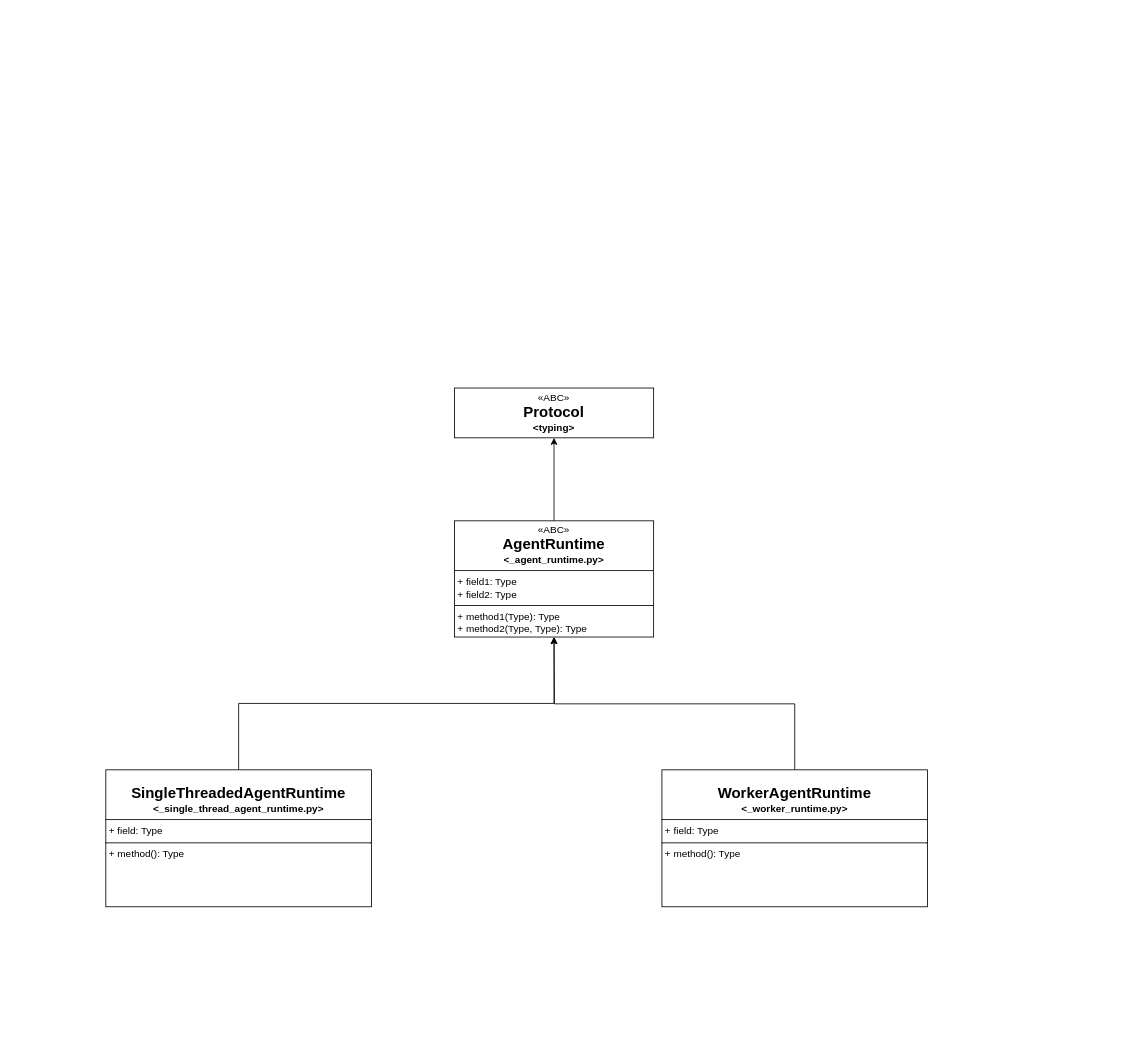
Above: page "runtime" (1 of 5) of autogen_notes.drawio in ooooona/toolkits (draw.io), before the change. Source tidied: cells renumbered, new cells numbered last; positions are measured from the earlier drawing's top-left corner, leaving out a move shared by most shapes. Both pictures are drawn from the tidied source at 83%, with x=0, y=0 at pixel (105, 388).
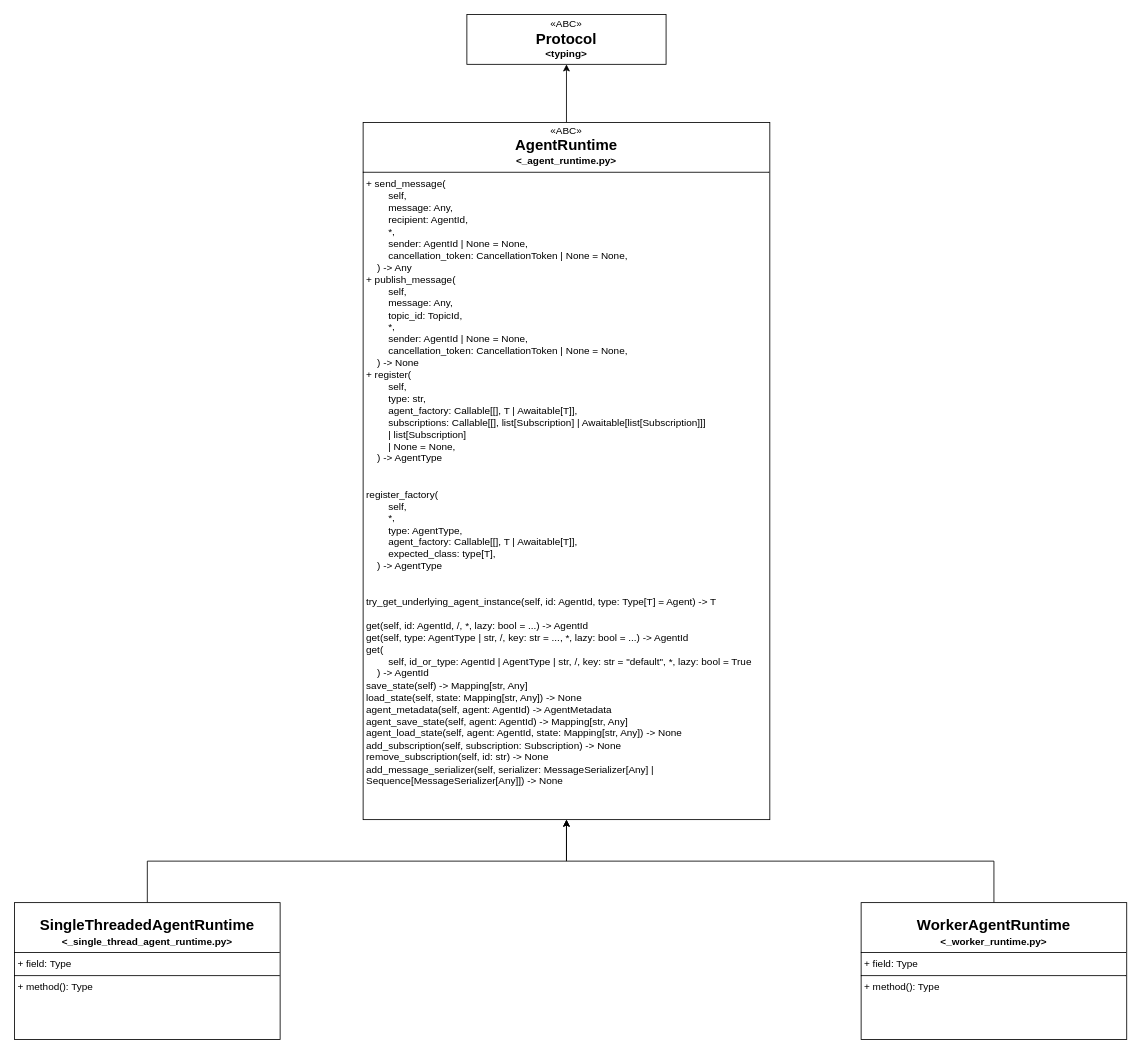
The same page after the edit.

What changed in the source:
```diff
@@
 <mxGraphModel>
   <root>
     <mxCell id="0" />
     <mxCell id="1" parent="0" />
     <mxCell id="2" value="«ABC»&lt;br&gt;&lt;b&gt;&lt;font style=&quot;font-size: 18px;&quot;&gt;Protocol&lt;/font&gt;&lt;/b&gt;&lt;div&gt;&lt;b&gt;&amp;lt;typing&amp;gt;&lt;/b&gt;&lt;/div&gt;" style="html=1;whiteSpace=wrap;" parent="1" vertex="1">
-      <mxGeometry x="420" width="240" height="60" as="geometry" />
+      <mxGeometry x="435" y="-450" width="240" height="60" as="geometry" />
     </mxCell>
     <mxCell id="3" style="edgeStyle=orthogonalEdgeStyle;rounded=0;jettySize=auto;html=1;entryX=0.5;entryY=1;entryDx=0;entryDy=0;" parent="1" edge="1" source="4" target="2">
       <mxGeometry relative="1" as="geometry" />
     </mxCell>
-    <mxCell id="4" value="&lt;p style=&quot;margin:0px;margin-top:4px;text-align:center;&quot;&gt;«ABC»&lt;br&gt;&lt;b&gt;&lt;font style=&quot;font-size: 18px;&quot;&gt;AgentRuntime&lt;/font&gt;&lt;/b&gt;&lt;/p&gt;&lt;div style=&quot;text-align: center;&quot;&gt;&lt;b&gt;&amp;lt;_agent_runtime.py&amp;gt;&lt;/b&gt;&lt;/div&gt;&lt;hr size=&quot;1&quot; style=&quot;border-style:solid;&quot;&gt;&lt;p style=&quot;margin:0px;margin-left:4px;&quot;&gt;+ field1: Type&lt;br&gt;+ field2: Type&lt;/p&gt;&lt;hr size=&quot;1&quot; style=&quot;border-style:solid;&quot;&gt;&lt;p style=&quot;margin:0px;margin-left:4px;&quot;&gt;+ method1(Type): Type&lt;br&gt;+ method2(Type, Type): Type&lt;/p&gt;" style="verticalAlign=top;align=left;overflow=fill;html=1;whiteSpace=wrap;" parent="1" vertex="1">
-      <mxGeometry x="420" y="160" width="240" height="140" as="geometry" />
+    <mxCell id="4" value="&lt;p style=&quot;margin:0px;margin-top:4px;text-align:center;&quot;&gt;«ABC»&lt;br&gt;&lt;b&gt;&lt;font style=&quot;font-size: 18px;&quot;&gt;AgentRuntime&lt;/font&gt;&lt;/b&gt;&lt;/p&gt;&lt;div style=&quot;text-align: center;&quot;&gt;&lt;b&gt;&amp;lt;_agent_runtime.py&amp;gt;&lt;/b&gt;&lt;/div&gt;&lt;hr size=&quot;1&quot; style=&quot;border-style:solid;&quot;&gt;&lt;p style=&quot;margin:0px;margin-left:4px;&quot;&gt;+&amp;nbsp;&lt;span style=&quot;background-color: initial;&quot;&gt;send_message(&lt;/span&gt;&lt;/p&gt;&lt;p style=&quot;margin:0px;margin-left:4px;&quot;&gt;&amp;nbsp; &amp;nbsp; &amp;nbsp; &amp;nbsp; self,&lt;/p&gt;&lt;p style=&quot;margin:0px;margin-left:4px;&quot;&gt;&amp;nbsp; &amp;nbsp; &amp;nbsp; &amp;nbsp; message: Any,&lt;/p&gt;&lt;p style=&quot;margin:0px;margin-left:4px;&quot;&gt;&amp;nbsp; &amp;nbsp; &amp;nbsp; &amp;nbsp; recipient: AgentId,&lt;/p&gt;&lt;p style=&quot;margin:0px;margin-left:4px;&quot;&gt;&amp;nbsp; &amp;nbsp; &amp;nbsp; &amp;nbsp; *,&lt;/p&gt;&lt;p style=&quot;margin:0px;margin-left:4px;&quot;&gt;&amp;nbsp; &amp;nbsp; &amp;nbsp; &amp;nbsp; sender: AgentId | None = None,&lt;/p&gt;&lt;p style=&quot;margin:0px;margin-left:4px;&quot;&gt;&amp;nbsp; &amp;nbsp; &amp;nbsp; &amp;nbsp; cancellation_token: CancellationToken | None = None,&lt;/p&gt;&lt;p style=&quot;margin:0px;margin-left:4px;&quot;&gt;&amp;nbsp; &amp;nbsp; ) -&amp;gt; Any&lt;/p&gt;&lt;p style=&quot;margin:0px;margin-left:4px;&quot;&gt;+ publish_message(&lt;/p&gt;&lt;p style=&quot;margin:0px;margin-left:4px;&quot;&gt;&amp;nbsp; &amp;nbsp; &amp;nbsp; &amp;nbsp; self,&lt;/p&gt;&lt;p style=&quot;margin:0px;margin-left:4px;&quot;&gt;&amp;nbsp; &amp;nbsp; &amp;nbsp; &amp;nbsp; message: Any,&lt;/p&gt;&lt;p style=&quot;margin:0px;margin-left:4px;&quot;&gt;&amp;nbsp; &amp;nbsp; &amp;nbsp; &amp;nbsp; topic_id: TopicId,&lt;/p&gt;&lt;p style=&quot;margin:0px;margin-left:4px;&quot;&gt;&amp;nbsp; &amp;nbsp; &amp;nbsp; &amp;nbsp; *,&lt;/p&gt;&lt;p style=&quot;margin:0px;margin-left:4px;&quot;&gt;&amp;nbsp; &amp;nbsp; &amp;nbsp; &amp;nbsp; sender: AgentId | None = None,&lt;/p&gt;&lt;p style=&quot;margin:0px;margin-left:4px;&quot;&gt;&amp;nbsp; &amp;nbsp; &amp;nbsp; &amp;nbsp; cancellation_token: CancellationToken | None = None,&lt;/p&gt;&lt;p style=&quot;margin:0px;margin-left:4px;&quot;&gt;&amp;nbsp; &amp;nbsp; ) -&amp;gt; None&lt;/p&gt;&lt;p style=&quot;margin:0px;margin-left:4px;&quot;&gt;+ register(&lt;/p&gt;&lt;p style=&quot;margin:0px;margin-left:4px;&quot;&gt;&amp;nbsp; &amp;nbsp; &amp;nbsp; &amp;nbsp; self,&lt;/p&gt;&lt;p style=&quot;margin:0px;margin-left:4px;&quot;&gt;&amp;nbsp; &amp;nbsp; &amp;nbsp; &amp;nbsp; type: str,&lt;/p&gt;&lt;p style=&quot;margin:0px;margin-left:4px;&quot;&gt;&amp;nbsp; &amp;nbsp; &amp;nbsp; &amp;nbsp; agent_factory: Callable[[], T | Awaitable[T]],&lt;/p&gt;&lt;p style=&quot;margin:0px;margin-left:4px;&quot;&gt;&amp;nbsp; &amp;nbsp; &amp;nbsp; &amp;nbsp; subscriptions: Callable[[], list[Subscription] | Awaitable[list[Subscription]]]&lt;/p&gt;&lt;p style=&quot;margin:0px;margin-left:4px;&quot;&gt;&amp;nbsp; &amp;nbsp; &amp;nbsp; &amp;nbsp; | list[Subscription]&lt;/p&gt;&lt;p style=&quot;margin:0px;margin-left:4px;&quot;&gt;&amp;nbsp; &amp;nbsp; &amp;nbsp; &amp;nbsp; | None = None,&lt;/p&gt;&lt;p style=&quot;margin:0px;margin-left:4px;&quot;&gt;&amp;nbsp; &amp;nbsp; ) -&amp;gt; AgentType&lt;/p&gt;&lt;p style=&quot;margin:0px;margin-left:4px;&quot;&gt;&lt;br&gt;&lt;/p&gt;&lt;p style=&quot;margin:0px;margin-left:4px;&quot;&gt;&lt;br&gt;&lt;/p&gt;&lt;p style=&quot;margin:0px;margin-left:4px;&quot;&gt;register_factory(&lt;/p&gt;&lt;p style=&quot;margin:0px;margin-left:4px;&quot;&gt;&amp;nbsp; &amp;nbsp; &amp;nbsp; &amp;nbsp; self,&lt;/p&gt;&lt;p style=&quot;margin:0px;margin-left:4px;&quot;&gt;&amp;nbsp; &amp;nbsp; &amp;nbsp; &amp;nbsp; *,&lt;/p&gt;&lt;p style=&quot;margin:0px;margin-left:4px;&quot;&gt;&amp;nbsp; &amp;nbsp; &amp;nbsp; &amp;nbsp; type: AgentType,&lt;/p&gt;&lt;p style=&quot;margin:0px;margin-left:4px;&quot;&gt;&amp;nbsp; &amp;nbsp; &amp;nbsp; &amp;nbsp; agent_factory: Callable[[], T | Awaitable[T]],&lt;/p&gt;&lt;p style=&quot;margin:0px;margin-left:4px;&quot;&gt;&amp;nbsp; &amp;nbsp; &amp;nbsp; &amp;nbsp; expected_class: type[T],&lt;/p&gt;&lt;p style=&quot;margin:0px;margin-left:4px;&quot;&gt;&amp;nbsp; &amp;nbsp; ) -&amp;gt; AgentType&lt;/p&gt;&lt;p style=&quot;margin:0px;margin-left:4px;&quot;&gt;&lt;br&gt;&lt;/p&gt;&lt;p style=&quot;margin:0px;margin-left:4px;&quot;&gt;&lt;br&gt;&lt;/p&gt;&lt;p style=&quot;margin:0px;margin-left:4px;&quot;&gt;try_get_underlying_agent_instance(self, id: AgentId, type: Type[T] = Agent) -&amp;gt; T&lt;/p&gt;&lt;p style=&quot;margin:0px;margin-left:4px;&quot;&gt;&lt;br&gt;&lt;/p&gt;&lt;p style=&quot;margin:0px;margin-left:4px;&quot;&gt;get(self, id: AgentId, /, *, lazy: bool = ...) -&amp;gt; AgentId&lt;/p&gt;&lt;p style=&quot;margin:0px;margin-left:4px;&quot;&gt;get(self, type: AgentType | str, /, key: str = ..., *, lazy: bool = ...) -&amp;gt; AgentId&lt;/p&gt;&lt;p style=&quot;margin:0px;margin-left:4px;&quot;&gt;get(&lt;/p&gt;&lt;p style=&quot;margin:0px;margin-left:4px;&quot;&gt;&amp;nbsp; &amp;nbsp; &amp;nbsp; &amp;nbsp; self, id_or_type: AgentId | AgentType | str, /, key: str = &quot;default&quot;, *, lazy: bool = True&lt;/p&gt;&lt;p style=&quot;margin:0px;margin-left:4px;&quot;&gt;&amp;nbsp; &amp;nbsp; ) -&amp;gt; AgentId&lt;/p&gt;&lt;p style=&quot;margin:0px;margin-left:4px;&quot;&gt;save_state(self) -&amp;gt; Mapping[str, Any]&lt;/p&gt;&lt;p style=&quot;margin:0px;margin-left:4px;&quot;&gt;load_state(self, state: Mapping[str, Any]) -&amp;gt; None&lt;/p&gt;&lt;p style=&quot;margin:0px;margin-left:4px;&quot;&gt;agent_metadata(self, agent: AgentId) -&amp;gt; AgentMetadata&lt;/p&gt;&lt;p style=&quot;margin:0px;margin-left:4px;&quot;&gt;agent_save_state(self, agent: AgentId) -&amp;gt; Mapping[str, Any]&lt;/p&gt;&lt;p style=&quot;margin:0px;margin-left:4px;&quot;&gt;agent_load_state(self, agent: AgentId, state: Mapping[str, Any]) -&amp;gt; None&lt;/p&gt;&lt;p style=&quot;margin:0px;margin-left:4px;&quot;&gt;add_subscription(self, subscription: Subscription) -&amp;gt; None&lt;/p&gt;&lt;p style=&quot;margin:0px;margin-left:4px;&quot;&gt;remove_subscription(self, id: str) -&amp;gt; None&lt;/p&gt;&lt;p style=&quot;margin:0px;margin-left:4px;&quot;&gt;add_message_serializer(self, serializer: MessageSerializer[Any] | Sequence[MessageSerializer[Any]]) -&amp;gt; None&lt;/p&gt;" style="verticalAlign=top;align=left;overflow=fill;html=1;whiteSpace=wrap;" parent="1" vertex="1">
+      <mxGeometry x="310" y="-320" width="490" height="840" as="geometry" />
     </mxCell>
     <mxCell id="5" style="edgeStyle=orthogonalEdgeStyle;rounded=0;jettySize=auto;html=1;entryX=0.5;entryY=1;entryDx=0;entryDy=0;exitX=0.5;exitY=0;exitDx=0;exitDy=0;" parent="1" edge="1" source="6" target="4">
       <mxGeometry relative="1" as="geometry" />
     </mxCell>
     <mxCell id="6" value="&lt;p style=&quot;margin: 4px 0px 0px; text-align: center;&quot;&gt;&lt;br&gt;&lt;span style=&quot;font-size: 18px; font-weight: 700;&quot;&gt;SingleThreadedAgentRuntime&lt;/span&gt;&lt;br&gt;&lt;/p&gt;&lt;div style=&quot;text-align: center;&quot;&gt;&lt;b&gt;&amp;lt;_single_thread_agent_runtime.py&amp;gt;&lt;/b&gt;&lt;/div&gt;&lt;hr size=&quot;1&quot; style=&quot;border-style:solid;&quot;&gt;&lt;p style=&quot;margin:0px;margin-left:4px;&quot;&gt;+ field: Type&lt;/p&gt;&lt;hr size=&quot;1&quot; style=&quot;border-style:solid;&quot;&gt;&lt;p style=&quot;margin:0px;margin-left:4px;&quot;&gt;+ method(): Type&lt;/p&gt;" style="verticalAlign=top;align=left;overflow=fill;html=1;whiteSpace=wrap;" parent="1" vertex="1">
-      <mxGeometry y="460" width="320" height="165" as="geometry" />
+      <mxGeometry x="-110" y="620" width="320" height="165" as="geometry" />
     </mxCell>
-    <mxCell id="7" style="edgeStyle=orthogonalEdgeStyle;rounded=0;jettySize=auto;html=1;exitX=0.5;exitY=0;exitDx=0;exitDy=0;" parent="1" edge="1" source="8">
-      <mxGeometry relative="1" as="geometry">
-        <mxPoint x="540" y="300" as="targetPoint" />
-      </mxGeometry>
+    <mxCell id="7" style="edgeStyle=orthogonalEdgeStyle;rounded=0;jettySize=auto;html=1;exitX=0.5;exitY=0;exitDx=0;exitDy=0;entryX=0.5;entryY=1;entryDx=0;entryDy=0;" parent="1" edge="1" source="8" target="4">
+      <mxGeometry relative="1" as="geometry" />
     </mxCell>
     <mxCell id="8" value="&lt;p style=&quot;margin: 4px 0px 0px; text-align: center;&quot;&gt;&lt;br&gt;&lt;span style=&quot;font-size: 18px;&quot;&gt;&lt;b&gt;WorkerAgentRuntime&lt;/b&gt;&lt;/span&gt;&lt;br&gt;&lt;/p&gt;&lt;div style=&quot;text-align: center;&quot;&gt;&lt;b&gt;&amp;lt;_worker_runtime.py&amp;gt;&lt;/b&gt;&lt;/div&gt;&lt;hr size=&quot;1&quot; style=&quot;border-style:solid;&quot;&gt;&lt;p style=&quot;margin:0px;margin-left:4px;&quot;&gt;+ field: Type&lt;/p&gt;&lt;hr size=&quot;1&quot; style=&quot;border-style:solid;&quot;&gt;&lt;p style=&quot;margin:0px;margin-left:4px;&quot;&gt;+ method(): Type&lt;/p&gt;" style="verticalAlign=top;align=left;overflow=fill;html=1;whiteSpace=wrap;" parent="1" vertex="1">
-      <mxGeometry x="670" y="460" width="320" height="165" as="geometry" />
+      <mxGeometry x="910" y="620" width="320" height="165" as="geometry" />
     </mxCell>
   </root>
 </mxGraphModel>
```
